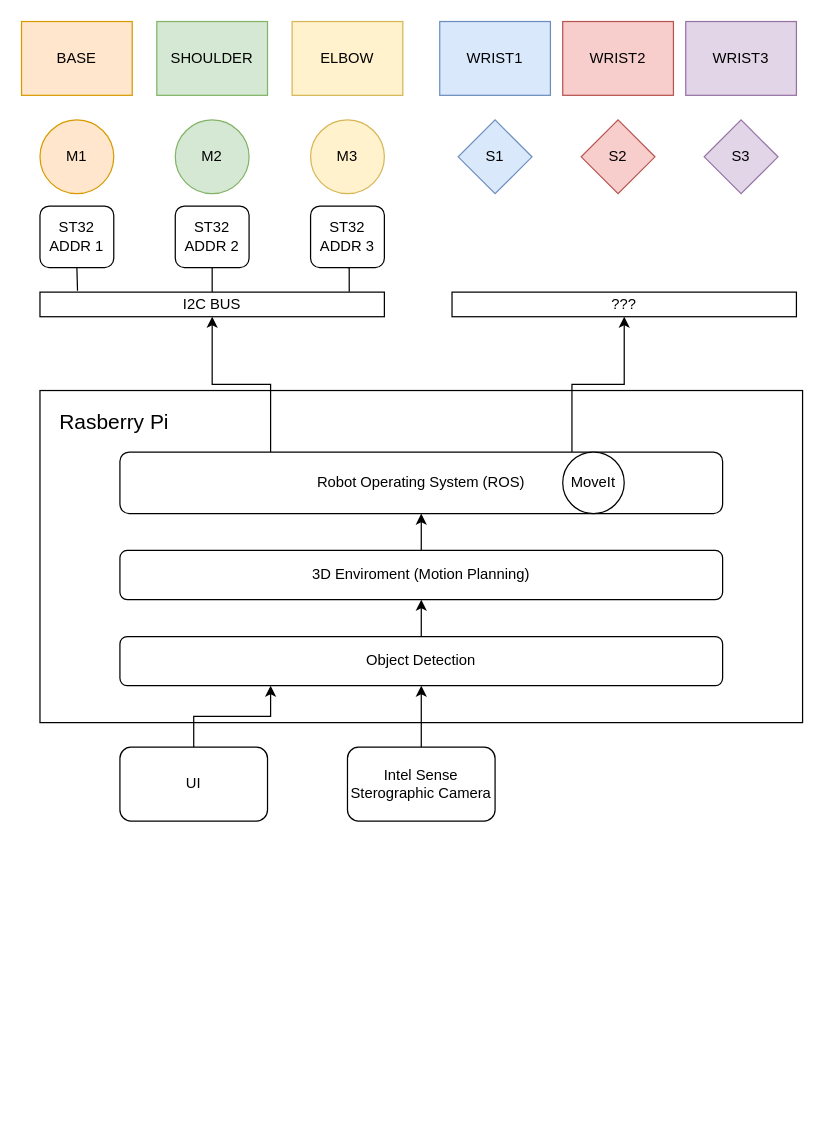
Above: SystemTopography.drawio in darisoy/RobotArm (draw.io), before the change. Source tidied: cells renumbered, new cells numbered last; positions are measured from the earlier drawing's top-left corner, leaving out a move shared by most shapes. Both pictures are drawn from the tidied source at 123%, with x=0, y=0 at pixel (21, 21).
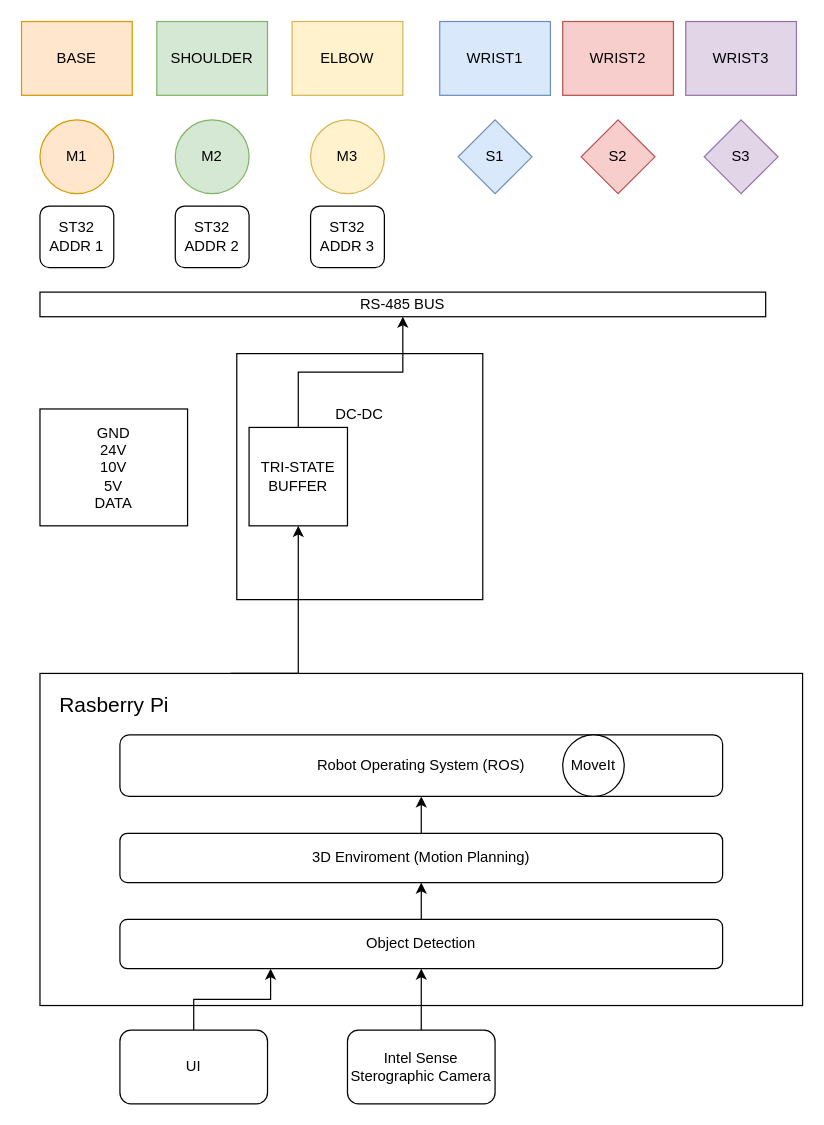
The same page after the edit.

The change refers to these unchanged cells:
```xml
<mxCell id="17" value="ST32&lt;br&gt;ADDR 1" style="rounded=1;whiteSpace=wrap;html=1;" parent="1" vertex="1">
  <mxGeometry x="15" y="150" width="60" height="50" as="geometry" />
</mxCell>
<mxCell id="18" value="ST32&lt;br&gt;ADDR 2" style="rounded=1;whiteSpace=wrap;html=1;" parent="1" vertex="1">
  <mxGeometry x="125" y="150" width="60" height="50" as="geometry" />
</mxCell>
<mxCell id="20" value="ST32&lt;br&gt;ADDR 3" style="rounded=1;whiteSpace=wrap;html=1;" parent="1" vertex="1">
  <mxGeometry x="235" y="150" width="60" height="50" as="geometry" />
</mxCell>
```

Change to the diagram source:
```diff
@@
-    <mxCell id="14" style="edgeStyle=orthogonalEdgeStyle;rounded=0;jettySize=auto;html=1;exitX=0.5;exitY=0;exitDx=0;exitDy=0;entryX=0.5;entryY=1;entryDx=0;entryDy=0;endArrow=none;endFill=0;" parent="1" edge="1" source="15" target="18">
-      <mxGeometry relative="1" as="geometry" />
-    </mxCell>
-    <mxCell id="15" value="I2C BUS" style="rounded=0;whiteSpace=wrap;html=1;" parent="1" vertex="1">
-      <mxGeometry x="15" y="220" width="280" height="20" as="geometry" />
+    <mxCell id="15" value="RS-485 BUS" style="rounded=0;whiteSpace=wrap;html=1;" parent="1" vertex="1">
+      <mxGeometry x="15" y="220" width="590" height="20" as="geometry" />
     </mxCell>
-    <mxCell id="16" style="edgeStyle=orthogonalEdgeStyle;rounded=0;jettySize=auto;html=1;exitX=0.5;exitY=1;exitDx=0;exitDy=0;entryX=0.109;entryY=-0.06;entryDx=0;entryDy=0;entryPerimeter=0;endArrow=none;endFill=0;" parent="1" edge="1" source="17" target="15">
-      <mxGeometry relative="1" as="geometry" />
-    </mxCell>
@@
-    <mxCell id="19" style="edgeStyle=orthogonalEdgeStyle;rounded=0;jettySize=auto;html=1;exitX=0.5;exitY=1;exitDx=0;exitDy=0;entryX=0.898;entryY=-0.012;entryDx=0;entryDy=0;entryPerimeter=0;endArrow=none;endFill=0;" parent="1" edge="1" source="20" target="15">
-      <mxGeometry relative="1" as="geometry" />
-    </mxCell>
@@
-    <mxCell id="21" value="???" style="rounded=0;whiteSpace=wrap;html=1;" parent="1" vertex="1">
-      <mxGeometry x="350" y="220" width="280" height="20" as="geometry" />
-    </mxCell>
     <mxCell id="22" value="&lt;font style=&quot;font-size: 17px&quot;&gt;&amp;nbsp; &amp;nbsp;Rasberry Pi&lt;br&gt;&lt;/font&gt;&lt;br&gt;&lt;br&gt;&lt;br&gt;&lt;br&gt;&lt;br&gt;&lt;br&gt;&lt;br&gt;&lt;br&gt;&lt;br&gt;&lt;br&gt;&lt;br&gt;&lt;br&gt;&lt;br&gt;&lt;br&gt;&lt;br&gt;" style="rounded=0;whiteSpace=wrap;html=1;align=left;" parent="1" vertex="1">
-      <mxGeometry x="15" y="300" width="620" height="270" as="geometry" />
+      <mxGeometry x="15" y="530" width="620" height="270" as="geometry" />
     </mxCell>
-    <mxCell id="23" style="edgeStyle=orthogonalEdgeStyle;rounded=0;jettySize=auto;html=1;exitX=0.75;exitY=0;exitDx=0;exitDy=0;entryX=0.5;entryY=1;entryDx=0;entryDy=0;" parent="1" edge="1" source="25" target="21">
-      <mxGeometry relative="1" as="geometry" />
-    </mxCell>
-    <mxCell id="24" style="edgeStyle=orthogonalEdgeStyle;rounded=0;jettySize=auto;html=1;exitX=0.25;exitY=0;exitDx=0;exitDy=0;entryX=0.5;entryY=1;entryDx=0;entryDy=0;" parent="1" edge="1" source="25" target="15">
-      <mxGeometry relative="1" as="geometry" />
-    </mxCell>
     <mxCell id="25" value="Robot Operating System (ROS)" style="rounded=1;whiteSpace=wrap;html=1;" parent="1" vertex="1">
-      <mxGeometry x="80" y="350" width="490" height="50" as="geometry" />
+      <mxGeometry x="80" y="580" width="490" height="50" as="geometry" />
     </mxCell>
@@
     <mxCell id="27" value="Object Detection" style="rounded=1;whiteSpace=wrap;html=1;" parent="1" vertex="1">
-      <mxGeometry x="80" y="500" width="490" height="40" as="geometry" />
+      <mxGeometry x="80" y="730" width="490" height="40" as="geometry" />
     </mxCell>
@@
     <mxCell id="29" value="3D Enviroment (Motion Planning)" style="rounded=1;whiteSpace=wrap;html=1;" parent="1" vertex="1">
-      <mxGeometry x="80" y="430" width="490" height="40" as="geometry" />
+      <mxGeometry x="80" y="660" width="490" height="40" as="geometry" />
     </mxCell>
@@
     <mxCell id="31" value="Intel Sense Sterographic Camera" style="rounded=1;whiteSpace=wrap;html=1;" parent="1" vertex="1">
-      <mxGeometry x="265" y="590" width="120" height="60" as="geometry" />
+      <mxGeometry x="265" y="820" width="120" height="60" as="geometry" />
     </mxCell>
     <mxCell id="32" value="MoveIt" style="ellipse;whiteSpace=wrap;html=1;" parent="1" vertex="1">
-      <mxGeometry x="440" y="350" width="50" height="50" as="geometry" />
+      <mxGeometry x="440" y="580" width="50" height="50" as="geometry" />
     </mxCell>
@@
     <mxCell id="35" value="UI" style="rounded=1;whiteSpace=wrap;html=1;" parent="1" vertex="1">
-      <mxGeometry x="80" y="590" width="120" height="60" as="geometry" />
+      <mxGeometry x="80" y="820" width="120" height="60" as="geometry" />
     </mxCell>
+    <mxCell id="36" value="DC-DC&lt;br&gt;&lt;br&gt;&lt;br&gt;&lt;br&gt;&lt;br&gt;&lt;br&gt;&lt;br&gt;&lt;br&gt;" style="whiteSpace=wrap;html=1;" parent="1" vertex="1">
+      <mxGeometry x="175" y="270" width="200" height="200" as="geometry" />
+    </mxCell>
+    <mxCell id="37" style="edgeStyle=orthogonalEdgeStyle;rounded=0;jettySize=auto;html=1;exitX=0.5;exitY=0;exitDx=0;exitDy=0;entryX=0.5;entryY=1;entryDx=0;entryDy=0;" parent="1" edge="1" source="38" target="15">
+      <mxGeometry relative="1" as="geometry" />
+    </mxCell>
+    <mxCell id="38" value="TRI-STATE BUFFER" style="whiteSpace=wrap;html=1;" parent="1" vertex="1">
+      <mxGeometry x="185" y="330" width="80" height="80" as="geometry" />
+    </mxCell>
+    <mxCell id="39" style="edgeStyle=orthogonalEdgeStyle;rounded=0;jettySize=auto;html=1;exitX=0.25;exitY=0;exitDx=0;exitDy=0;entryX=0.5;entryY=1;entryDx=0;entryDy=0;" parent="1" edge="1" source="22" target="38">
+      <mxGeometry relative="1" as="geometry">
+        <Array as="points">
+          <mxPoint x="225" y="530" />
+        </Array>
+      </mxGeometry>
+    </mxCell>
+    <mxCell id="40" value="GND&lt;br&gt;24V&lt;br&gt;10V&lt;br&gt;5V&lt;br&gt;DATA" style="rounded=0;whiteSpace=wrap;html=1;" parent="1" vertex="1">
+      <mxGeometry x="15" y="315" width="120" height="95" as="geometry" />
+    </mxCell>
```
